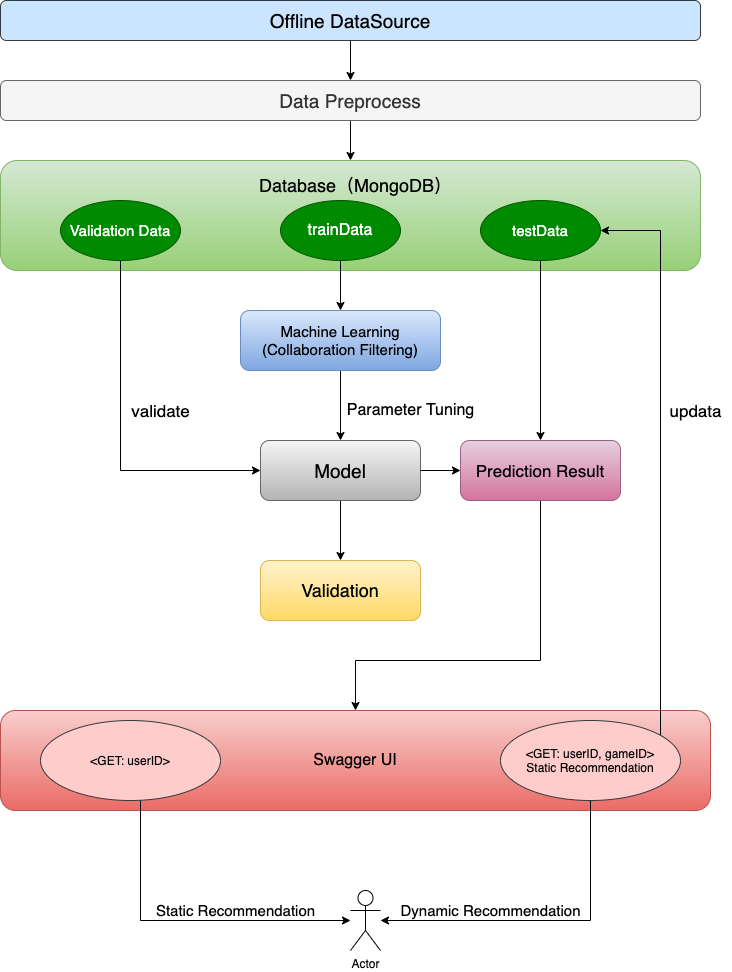
Earlier version of the draw.io export presentation/GRecCons.png (Uni-boy/Scala_FinalProject). Source tidied: cells renumbered, new cells last; positions are measured from the earlier drawing's top-left corner, leaving out a move shared by most shapes.
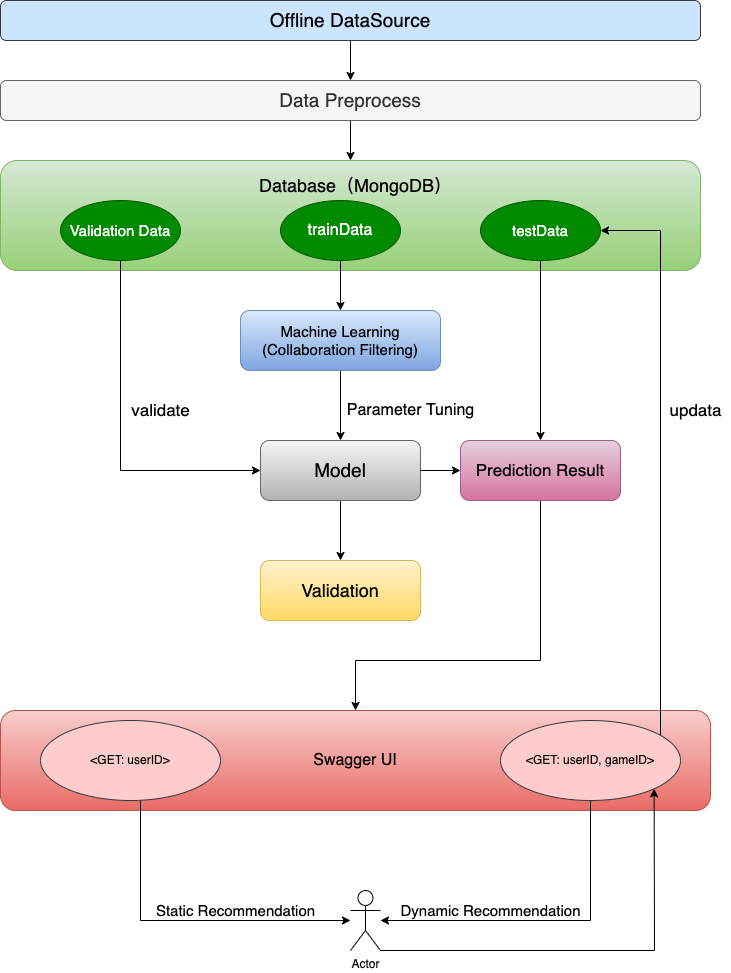
The same diagram one commit later.

What changed in the source:
```diff
@@ -95,7 +95,7 @@
         </Array>
       </mxGeometry>
     </mxCell>
-    <mxCell id="27" value="&amp;lt;GET: userID, gameID&amp;gt;&lt;br&gt;Static Recommendation" style="ellipse;whiteSpace=wrap;html=1;fillColor=#ffcccc;strokeColor=#36393d;" parent="1" vertex="1">
+    <mxCell id="27" value="&amp;lt;GET: userID, gameID&amp;gt;" style="ellipse;whiteSpace=wrap;html=1;fillColor=#ffcccc;strokeColor=#36393d;" parent="1" vertex="1">
       <mxGeometry x="500" y="720" width="180" height="80" as="geometry" />
     </mxCell>
     <mxCell id="28" value="&lt;font style=&quot;font-size: 17px&quot;&gt;updata&lt;/font&gt;" style="text;html=1;align=center;verticalAlign=middle;strokeColor=none;fillColor=none;" parent="1" vertex="1">
@@ -120,5 +120,12 @@
     <mxCell id="33" value="&lt;font style=&quot;font-size: 17px&quot;&gt;validate&lt;/font&gt;" style="text;html=1;align=center;verticalAlign=middle;strokeColor=none;fillColor=none;" parent="1" vertex="1">
       <mxGeometry x="125" y="400" width="70" height="20" as="geometry" />
     </mxCell>
+    <mxCell id="34" style="endArrow=classic;html=1;rounded=0;exitX=1;exitY=1;exitDx=0;exitDy=0;exitPerimeter=0;entryX=1;entryY=1;entryDx=0;entryDy=0;" parent="1" edge="1" source="22" target="27">
+      <mxGeometry relative="1" as="geometry">
+        <Array as="points">
+          <mxPoint x="654" y="950" />
+        </Array>
+      </mxGeometry>
+    </mxCell>
   </root>
 </mxGraphModel>
```
